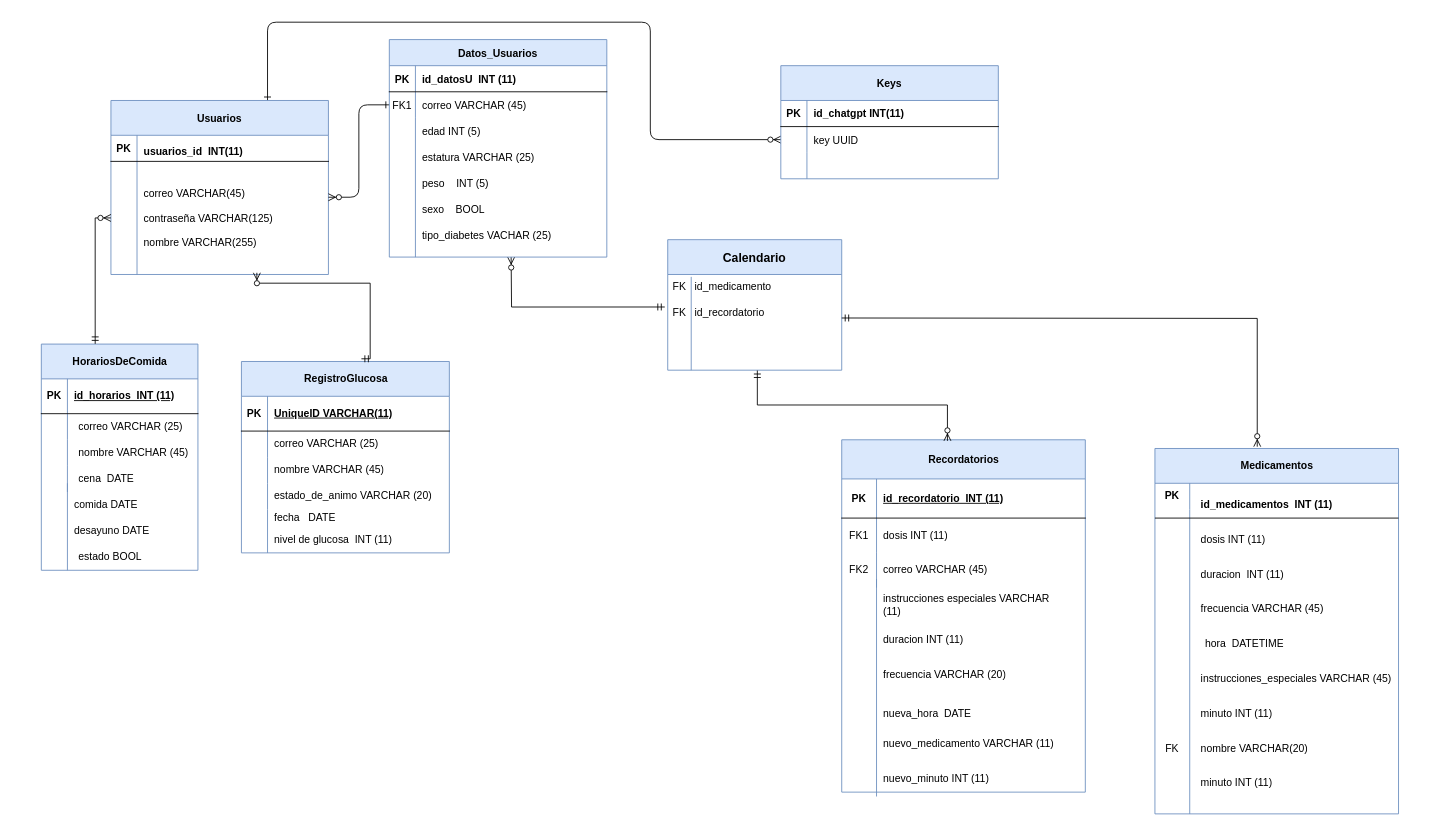
Above: DiagramaGlucoBalance.drawio in AGEJH/Portafolio-Ingeniero (draw.io), before the change. Source tidied: cells renumbered, new cells numbered last; positions are measured from the earlier drawing's top-left corner, leaving out a move shared by most shapes. Both pictures are drawn from the tidied source at 87%, with x=0, y=0 at pixel (15, 22).
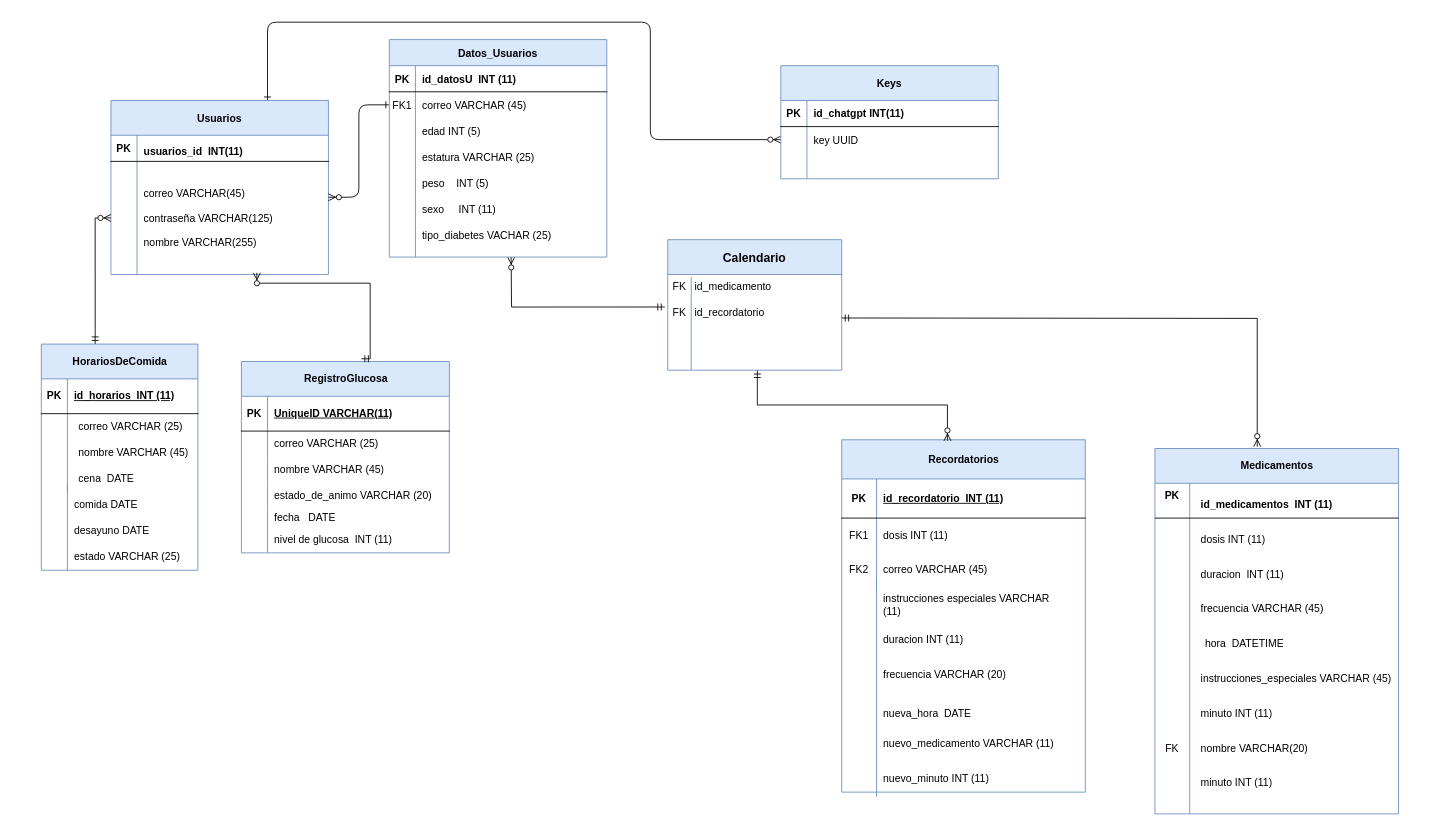
The same page after the edit.

Change to the diagram source:
```diff
@@
-    <mxCell id="70" value="estado BOOL" style="shape=partialRectangle;fillColor=none;top=0;left=0;bottom=0;right=0;align=left;spacingLeft=6;overflow=hidden;whiteSpace=wrap;html=1;" parent="1" vertex="1">
-      <mxGeometry x="65" y="600" width="130" height="30" as="geometry" />
+    <mxCell id="70" value="estado VARCHAR (25)" style="shape=partialRectangle;fillColor=none;top=0;left=0;bottom=0;right=0;align=left;spacingLeft=6;overflow=hidden;whiteSpace=wrap;html=1;" parent="1" vertex="1">
+      <mxGeometry x="60" y="600" width="130" height="30" as="geometry" />
     </mxCell>
@@
-    <mxCell id="102" value="sexo    BOOL" style="shape=partialRectangle;overflow=hidden;fillColor=none;top=0;left=0;bottom=0;right=0;align=left;spacingLeft=6;" parent="1" vertex="1">
+    <mxCell id="102" value="sexo     INT (11) " style="shape=partialRectangle;overflow=hidden;fillColor=none;top=0;left=0;bottom=0;right=0;align=left;spacingLeft=6;" parent="1" vertex="1">
       <mxGeometry x="460" y="200" width="220" height="30" as="geometry" />
     </mxCell>
```
